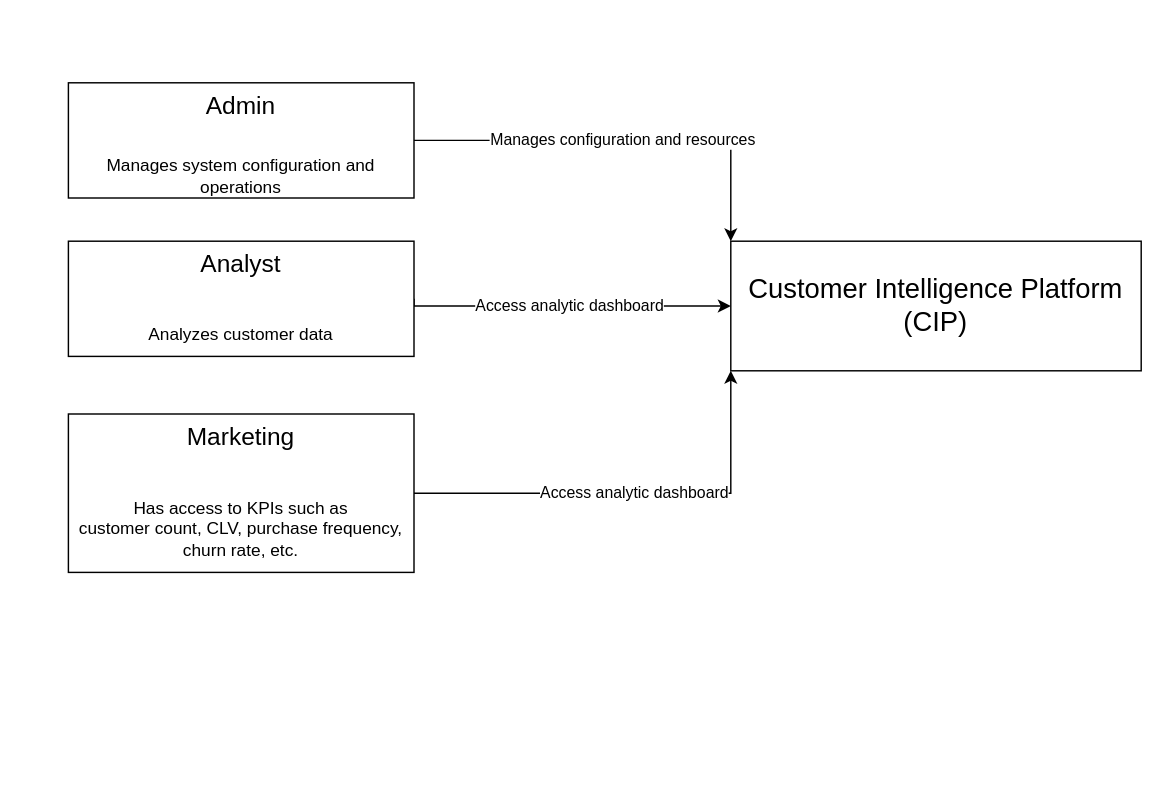
This is ContextDiagram.drawio from BrassoiCatalin/MockRFP, a draw.io file, before an edit. Source tidied: cells renumbered, new cells numbered last; positions are measured from the earlier drawing's top-left corner, leaving out a move shared by most shapes. Both pictures are drawn from the tidied source at 144%, with x=0, y=0 at pixel (53, 82).
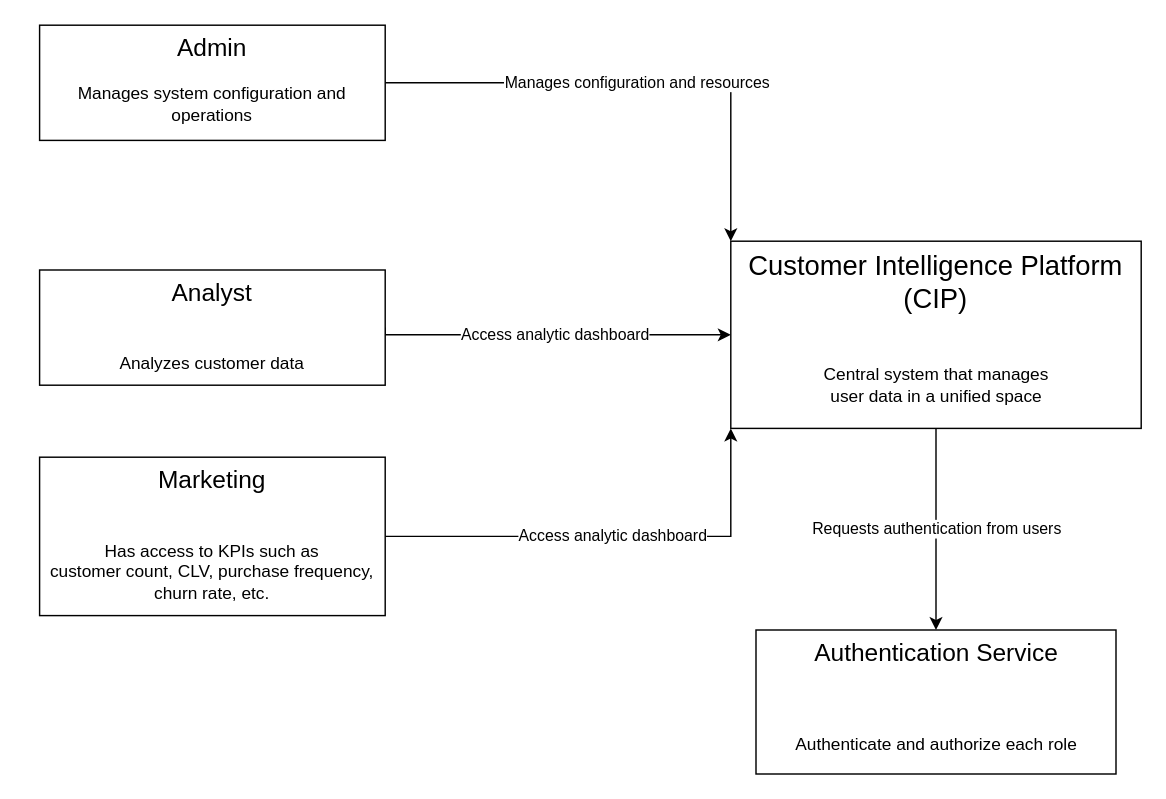
Above is the later version.

Change to the diagram source:
```diff
@@
 <mxGraphModel>
   <root>
     <mxCell id="0" />
     <mxCell id="1" parent="0" />
     <mxCell id="2" value="Manages configuration and resources" style="edgeStyle=orthogonalEdgeStyle;rounded=0;jettySize=auto;html=1;exitX=1;exitY=0.5;exitDx=0;exitDy=0;entryX=0;entryY=0;entryDx=0;entryDy=0;" parent="1" edge="1" source="3" target="6">
       <mxGeometry relative="1" as="geometry" />
     </mxCell>
     <mxCell id="3" value="&lt;font style=&quot;font-size: 17px;&quot;&gt;Admin&lt;/font&gt;" style="rounded=0;whiteSpace=wrap;html=1;fontSize=15;verticalAlign=top;" parent="1" vertex="1">
-      <mxGeometry x="10" width="240" height="80" as="geometry" />
+      <mxGeometry x="-10" y="-40" width="240" height="80" as="geometry" />
     </mxCell>
     <mxCell id="4" value="Access analytic dashboard" style="edgeStyle=orthogonalEdgeStyle;rounded=0;jettySize=auto;html=1;exitX=1;exitY=0.5;exitDx=0;exitDy=0;entryX=0;entryY=0.5;entryDx=0;entryDy=0;" parent="1" edge="1" source="5" target="6">
       <mxGeometry relative="1" as="geometry">
         <Array as="points">
-          <mxPoint x="250" y="155" />
+          <mxPoint x="230" y="175" />
         </Array>
       </mxGeometry>
     </mxCell>
     <mxCell id="5" value="&lt;font style=&quot;font-size: 17px;&quot;&gt;Analyst&lt;/font&gt;" style="rounded=0;whiteSpace=wrap;html=1;fontSize=15;verticalAlign=top;" parent="1" vertex="1">
-      <mxGeometry x="10" y="110" width="240" height="80" as="geometry" />
+      <mxGeometry x="-10" y="130" width="240" height="80" as="geometry" />
     </mxCell>
+    <mxCell id="12" value="Requests authentication from users" style="edgeStyle=orthogonalEdgeStyle;rounded=0;jettySize=auto;html=1;exitX=0.5;exitY=1;exitDx=0;exitDy=0;entryX=0.5;entryY=0;entryDx=0;entryDy=0;" parent="1" edge="1" source="6" target="14">
+      <mxGeometry relative="1" as="geometry" />
+    </mxCell>
-    <mxCell id="6" value="&lt;font style=&quot;font-size: 19px;&quot;&gt;Customer Intelligence Platform (CIP)&lt;/font&gt;" style="rounded=0;whiteSpace=wrap;html=1;" parent="1" vertex="1">
-      <mxGeometry x="470" y="110" width="285" height="90" as="geometry" />
+    <mxCell id="6" value="&lt;font style=&quot;font-size: 19px;&quot;&gt;Customer Intelligence Platform (CIP)&lt;/font&gt;" style="rounded=0;whiteSpace=wrap;html=1;verticalAlign=top;" parent="1" vertex="1">
+      <mxGeometry x="470" y="110" width="285" height="130" as="geometry" />
     </mxCell>
     <mxCell id="7" value="Access analytic dashboard" style="edgeStyle=orthogonalEdgeStyle;rounded=0;jettySize=auto;html=1;exitX=1;exitY=0.5;exitDx=0;exitDy=0;entryX=0;entryY=1;entryDx=0;entryDy=0;" parent="1" edge="1" source="8" target="6">
       <mxGeometry relative="1" as="geometry" />
     </mxCell>
     <mxCell id="8" value="&lt;font style=&quot;font-size: 17px;&quot;&gt;Marketing&lt;/font&gt;" style="rounded=0;whiteSpace=wrap;html=1;fontSize=15;verticalAlign=top;" parent="1" vertex="1">
-      <mxGeometry x="10" y="230" width="240" height="110" as="geometry" />
+      <mxGeometry x="-10" y="260" width="240" height="110" as="geometry" />
     </mxCell>
     <mxCell id="9" value="Manages system configuration and operations" style="text;html=1;whiteSpace=wrap;strokeColor=none;fillColor=none;align=center;verticalAlign=middle;rounded=0;" parent="1" vertex="1">
-      <mxGeometry x="20" y="50" width="220" height="30" as="geometry" />
+      <mxGeometry width="220" height="30" as="geometry" />
     </mxCell>
     <mxCell id="10" value="Analyzes customer data" style="text;html=1;whiteSpace=wrap;strokeColor=none;fillColor=none;align=center;verticalAlign=middle;rounded=0;" parent="1" vertex="1">
-      <mxGeometry x="10" y="160" width="240" height="30" as="geometry" />
+      <mxGeometry x="-10" y="180" width="240" height="30" as="geometry" />
     </mxCell>
     <mxCell id="11" value="Has access to KPIs such as &lt;br&gt;customer count, CLV, purchase frequency, &lt;br&gt;churn rate, etc." style="text;html=1;whiteSpace=wrap;strokeColor=none;fillColor=none;align=center;verticalAlign=middle;rounded=0;" parent="1" vertex="1">
-      <mxGeometry y="280" width="260" height="60" as="geometry" />
+      <mxGeometry x="-20" y="310" width="260" height="60" as="geometry" />
     </mxCell>
+    <mxCell id="13" value="Central system that manages user data in a unified space" style="text;html=1;whiteSpace=wrap;strokeColor=none;fillColor=none;align=center;verticalAlign=middle;rounded=0;" parent="1" vertex="1">
+      <mxGeometry x="527.5" y="190" width="170" height="40" as="geometry" />
+    </mxCell>
+    <mxCell id="14" value="&lt;font style=&quot;font-size: 17px;&quot;&gt;Authentication Service&lt;/font&gt;" style="rounded=0;whiteSpace=wrap;html=1;verticalAlign=top;" parent="1" vertex="1">
+      <mxGeometry x="487.5" y="380" width="250" height="100" as="geometry" />
+    </mxCell>
+    <mxCell id="15" value="Authenticate and authorize each role" style="text;html=1;whiteSpace=wrap;strokeColor=none;fillColor=none;align=center;verticalAlign=middle;rounded=0;" parent="1" vertex="1">
+      <mxGeometry x="497.5" y="440" width="230" height="40" as="geometry" />
+    </mxCell>
   </root>
 </mxGraphModel>
```
